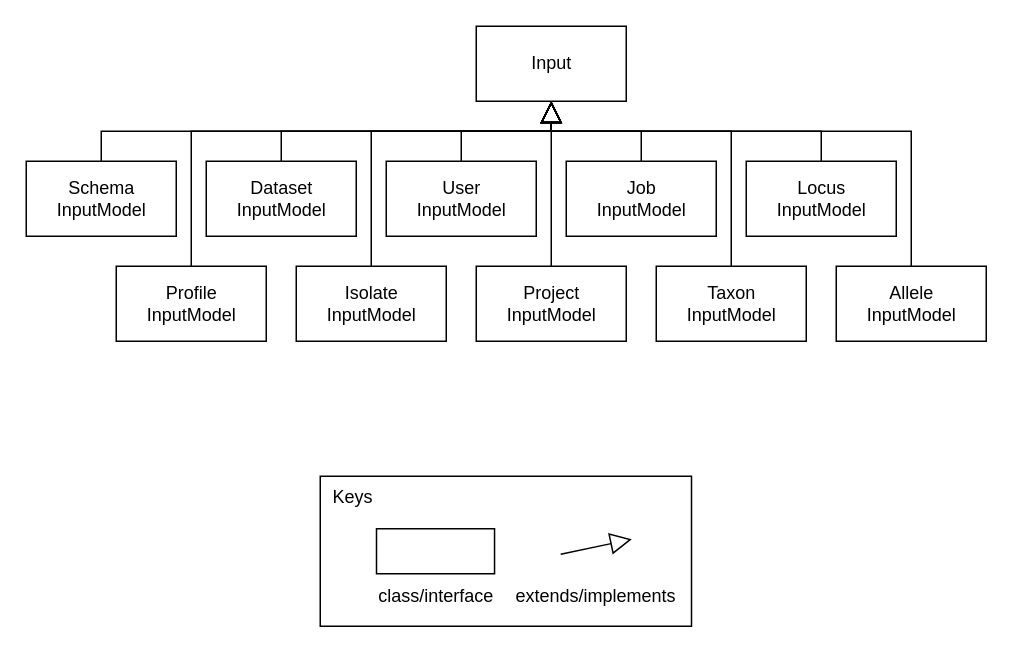
Before: wiki/draw.io/phylodb/generalization-inputModels.drawio in phyloviz/phyloDB, a draw.io diagram. Source tidied: cells renumbered, new cells numbered last; positions are measured from the earlier drawing's top-left corner, leaving out a move shared by most shapes. Both pictures are drawn from the tidied source at 150%, with x=0, y=0 at pixel (26, 26).
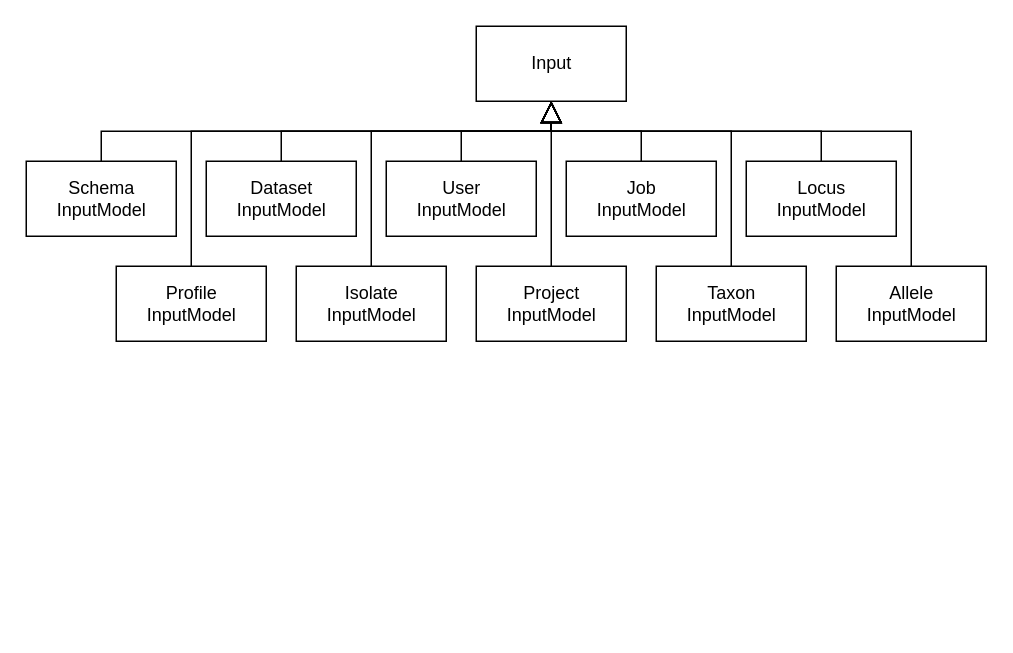
After the change.

What changed in the source:
```diff
@@
-    <mxCell id="23" style="group;" parent="1" vertex="1">
-      <mxGeometry x="196" y="300" width="247.5" height="100" as="geometry" />
-    </mxCell>
-    <mxCell id="24" value="&amp;nbsp; Keys" style="rounded=0;whiteSpace=wrap;html=1;align=left;verticalAlign=top;" parent="23" vertex="1">
-      <mxGeometry width="247.5" height="100" as="geometry" />
-    </mxCell>
-    <mxCell id="25" style="endArrow=block;html=1;exitX=1;exitY=0.5;exitDx=0;exitDy=0;startArrow=none;startFill=0;endFill=0;endSize=12;" parent="23" edge="1">
-      <mxGeometry relative="1" as="geometry">
-        <mxPoint x="160.3" y="52" as="sourcePoint" />
-        <mxPoint x="207.7" y="42" as="targetPoint" />
-      </mxGeometry>
-    </mxCell>
-    <mxCell id="26" value="extends/implements" style="text;html=1;strokeColor=none;fillColor=none;align=center;verticalAlign=middle;whiteSpace=wrap;rounded=0;" parent="23" vertex="1">
-      <mxGeometry x="139" y="70" width="89.5" height="20" as="geometry" />
-    </mxCell>
-    <mxCell id="27" value="class/interface" style="text;html=1;strokeColor=none;fillColor=none;align=center;verticalAlign=middle;whiteSpace=wrap;rounded=0;" parent="23" vertex="1">
-      <mxGeometry x="45.5" y="70" width="62.7" height="20" as="geometry" />
-    </mxCell>
-    <mxCell id="28" style="rounded=0;whiteSpace=wrap;html=1;" parent="23" vertex="1">
-      <mxGeometry x="37.5" y="35" width="78.7" height="30" as="geometry" />
-    </mxCell>
```
